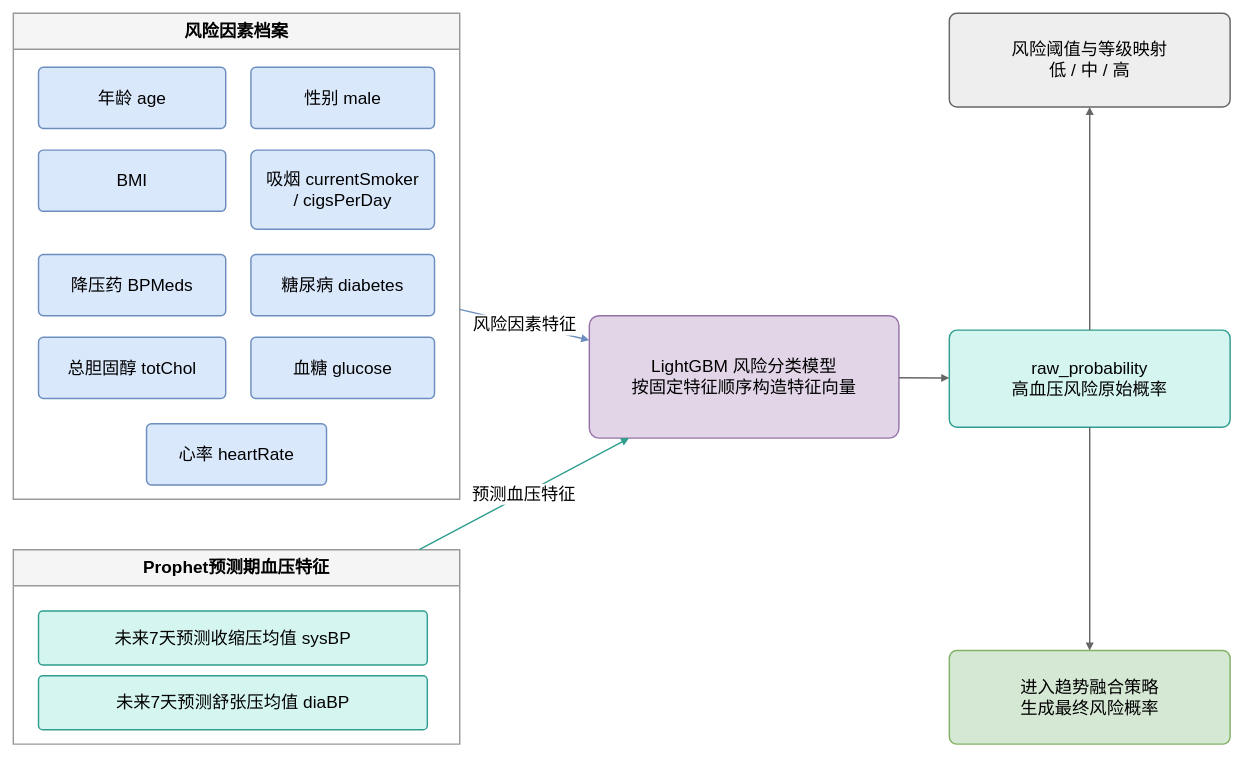
This is lunwen-doc/论文写作材料/thesis-assets/diagrams/figure-4-2-lightgbm-risk-io.drawio from dylancao9527/HPS, a draw.io file, before an edit. Source tidied: cells renumbered, new cells numbered last; positions are measured from the earlier drawing's top-left corner, leaving out a move shared by most shapes. Both pictures are drawn from the tidied source at 72%, with x=0, y=0 at pixel (13, 13).
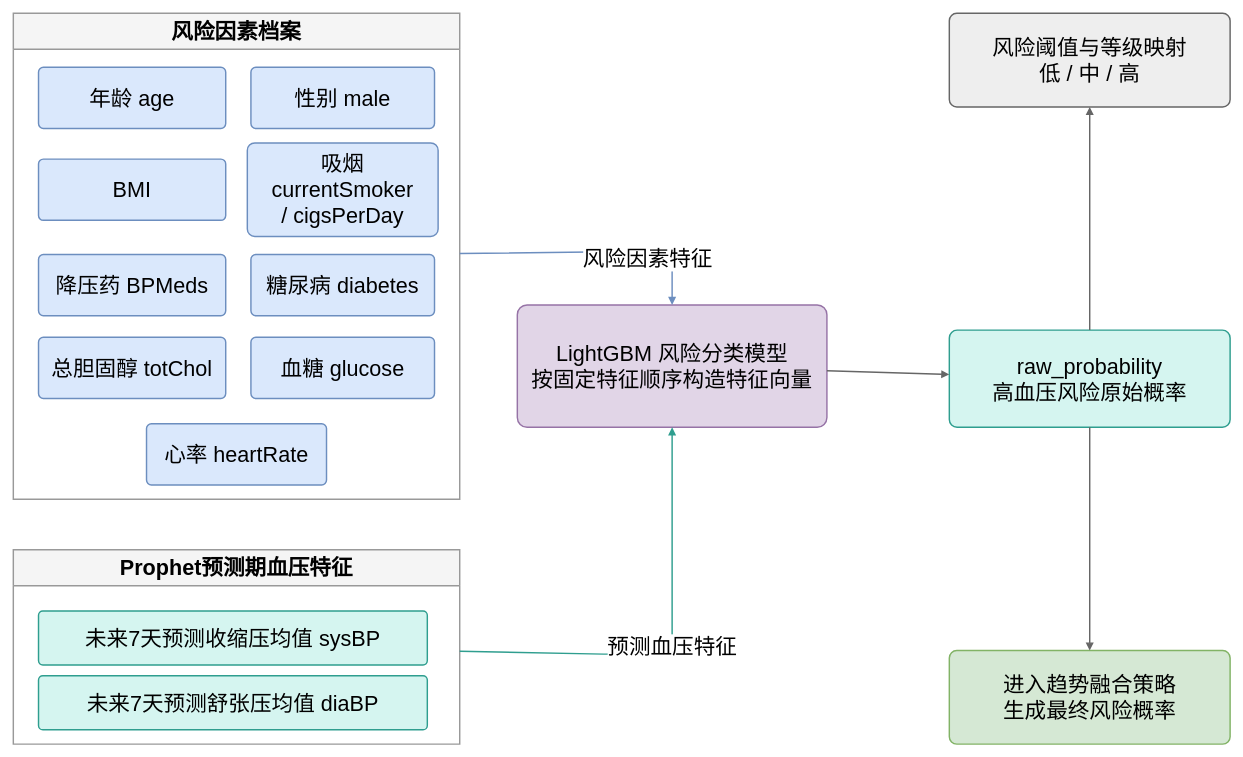
The same diagram, later.

Diff of the diagram source:
```diff
@@
-    <mxCell id="2" value="风险因素档案" style="swimlane;whiteSpace=wrap;html=1;fontFamily=Microsoft YaHei;fontSize=24;fontStyle=1;startSize=50;rounded=0;fillColor=#f5f5f5;strokeColor=#999999;strokeWidth=2;" parent="1" vertex="1">
+    <mxCell id="2" value="&lt;font&gt;风险因素档案&lt;/font&gt;" style="swimlane;whiteSpace=wrap;html=1;fontFamily=Microsoft YaHei;fontSize=30;fontStyle=1;startSize=50;rounded=0;fillColor=#f5f5f5;strokeColor=#999999;strokeWidth=2;" parent="1" vertex="1">
       <mxGeometry width="620" height="675" as="geometry" />
     </mxCell>
-    <mxCell id="3" value="年龄 age" style="rounded=1;arcSize=8;fillColor=#dae8fc;strokeColor=#6c8ebf;strokeWidth=2;whiteSpace=wrap;html=1;fontFamily=Microsoft YaHei;fontSize=24;align=center;verticalAlign=middle;spacing=12;spacingTop=8;spacingBottom=8;" parent="2" vertex="1">
+    <mxCell id="3" value="&lt;font&gt;年龄 age&lt;/font&gt;" style="rounded=1;arcSize=8;fillColor=#dae8fc;strokeColor=#6c8ebf;strokeWidth=2;whiteSpace=wrap;html=1;fontFamily=Microsoft YaHei;fontSize=30;align=center;verticalAlign=middle;spacing=12;spacingTop=8;spacingBottom=8;" parent="2" vertex="1">
       <mxGeometry x="35" y="75" width="260" height="85" as="geometry" />
     </mxCell>
-    <mxCell id="4" value="性别 male" style="rounded=1;arcSize=8;fillColor=#dae8fc;strokeColor=#6c8ebf;strokeWidth=2;whiteSpace=wrap;html=1;fontFamily=Microsoft YaHei;fontSize=24;align=center;verticalAlign=middle;spacing=12;spacingTop=8;spacingBottom=8;" parent="2" vertex="1">
+    <mxCell id="4" value="性别 male" style="rounded=1;arcSize=8;fillColor=#dae8fc;strokeColor=#6c8ebf;strokeWidth=2;whiteSpace=wrap;html=1;fontFamily=Microsoft YaHei;fontSize=30;align=center;verticalAlign=middle;spacing=12;spacingTop=8;spacingBottom=8;" parent="2" vertex="1">
       <mxGeometry x="330" y="75" width="255" height="85" as="geometry" />
     </mxCell>
-    <mxCell id="5" value="BMI" style="rounded=1;arcSize=8;fillColor=#dae8fc;strokeColor=#6c8ebf;strokeWidth=2;whiteSpace=wrap;html=1;fontFamily=Microsoft YaHei;fontSize=24;align=center;verticalAlign=middle;spacing=12;spacingTop=8;spacingBottom=8;" parent="2" vertex="1">
-      <mxGeometry x="35" y="190" width="260" height="85" as="geometry" />
+    <mxCell id="5" value="&lt;font&gt;BMI&lt;/font&gt;" style="rounded=1;arcSize=8;fillColor=#dae8fc;strokeColor=#6c8ebf;strokeWidth=2;whiteSpace=wrap;html=1;fontFamily=Microsoft YaHei;fontSize=30;align=center;verticalAlign=middle;spacing=12;spacingTop=8;spacingBottom=8;" parent="2" vertex="1">
+      <mxGeometry x="35" y="202.5" width="260" height="85" as="geometry" />
     </mxCell>
-    <mxCell id="6" value="吸烟 currentSmoker&#10;/ cigsPerDay" style="rounded=1;arcSize=8;fillColor=#dae8fc;strokeColor=#6c8ebf;strokeWidth=2;whiteSpace=wrap;html=1;fontFamily=Microsoft YaHei;fontSize=24;align=center;verticalAlign=middle;spacing=12;spacingTop=8;spacingBottom=8;" parent="2" vertex="1">
-      <mxGeometry x="330" y="190" width="255" height="110" as="geometry" />
+    <mxCell id="6" value="&lt;font&gt;吸烟 currentSmoker&lt;br&gt;/ cigsPerDay&lt;/font&gt;" style="rounded=1;arcSize=8;fillColor=#dae8fc;strokeColor=#6c8ebf;strokeWidth=2;whiteSpace=wrap;html=1;fontFamily=Microsoft YaHei;fontSize=30;align=center;verticalAlign=middle;spacing=12;spacingTop=8;spacingBottom=8;" parent="2" vertex="1">
+      <mxGeometry x="325" y="180" width="265" height="130" as="geometry" />
     </mxCell>
-    <mxCell id="7" value="降压药 BPMeds" style="rounded=1;arcSize=8;fillColor=#dae8fc;strokeColor=#6c8ebf;strokeWidth=2;whiteSpace=wrap;html=1;fontFamily=Microsoft YaHei;fontSize=24;align=center;verticalAlign=middle;spacing=12;spacingTop=8;spacingBottom=8;" parent="2" vertex="1">
+    <mxCell id="7" value="降压药 BPMeds" style="rounded=1;arcSize=8;fillColor=#dae8fc;strokeColor=#6c8ebf;strokeWidth=2;whiteSpace=wrap;html=1;fontFamily=Microsoft YaHei;fontSize=30;align=center;verticalAlign=middle;spacing=12;spacingTop=8;spacingBottom=8;" parent="2" vertex="1">
       <mxGeometry x="35" y="335" width="260" height="85" as="geometry" />
     </mxCell>
-    <mxCell id="8" value="糖尿病 diabetes" style="rounded=1;arcSize=8;fillColor=#dae8fc;strokeColor=#6c8ebf;strokeWidth=2;whiteSpace=wrap;html=1;fontFamily=Microsoft YaHei;fontSize=24;align=center;verticalAlign=middle;spacing=12;spacingTop=8;spacingBottom=8;" parent="2" vertex="1">
+    <mxCell id="8" value="糖尿病 diabetes" style="rounded=1;arcSize=8;fillColor=#dae8fc;strokeColor=#6c8ebf;strokeWidth=2;whiteSpace=wrap;html=1;fontFamily=Microsoft YaHei;fontSize=30;align=center;verticalAlign=middle;spacing=12;spacingTop=8;spacingBottom=8;" parent="2" vertex="1">
       <mxGeometry x="330" y="335" width="255" height="85" as="geometry" />
     </mxCell>
-    <mxCell id="9" value="总胆固醇 totChol" style="rounded=1;arcSize=8;fillColor=#dae8fc;strokeColor=#6c8ebf;strokeWidth=2;whiteSpace=wrap;html=1;fontFamily=Microsoft YaHei;fontSize=24;align=center;verticalAlign=middle;spacing=12;spacingTop=8;spacingBottom=8;" parent="2" vertex="1">
+    <mxCell id="9" value="总胆固醇 totChol" style="rounded=1;arcSize=8;fillColor=#dae8fc;strokeColor=#6c8ebf;strokeWidth=2;whiteSpace=wrap;html=1;fontFamily=Microsoft YaHei;fontSize=30;align=center;verticalAlign=middle;spacing=12;spacingTop=8;spacingBottom=8;" parent="2" vertex="1">
       <mxGeometry x="35" y="450" width="260" height="85" as="geometry" />
     </mxCell>
-    <mxCell id="10" value="血糖 glucose" style="rounded=1;arcSize=8;fillColor=#dae8fc;strokeColor=#6c8ebf;strokeWidth=2;whiteSpace=wrap;html=1;fontFamily=Microsoft YaHei;fontSize=24;align=center;verticalAlign=middle;spacing=12;spacingTop=8;spacingBottom=8;" parent="2" vertex="1">
+    <mxCell id="10" value="血糖 glucose" style="rounded=1;arcSize=8;fillColor=#dae8fc;strokeColor=#6c8ebf;strokeWidth=2;whiteSpace=wrap;html=1;fontFamily=Microsoft YaHei;fontSize=30;align=center;verticalAlign=middle;spacing=12;spacingTop=8;spacingBottom=8;" parent="2" vertex="1">
       <mxGeometry x="330" y="450" width="255" height="85" as="geometry" />
     </mxCell>
-    <mxCell id="11" value="心率 heartRate" style="rounded=1;arcSize=8;fillColor=#dae8fc;strokeColor=#6c8ebf;strokeWidth=2;whiteSpace=wrap;html=1;fontFamily=Microsoft YaHei;fontSize=24;align=center;verticalAlign=middle;spacing=12;spacingTop=8;spacingBottom=8;" parent="2" vertex="1">
+    <mxCell id="11" value="心率 heartRate" style="rounded=1;arcSize=8;fillColor=#dae8fc;strokeColor=#6c8ebf;strokeWidth=2;whiteSpace=wrap;html=1;fontFamily=Microsoft YaHei;fontSize=30;align=center;verticalAlign=middle;spacing=12;spacingTop=8;spacingBottom=8;" parent="2" vertex="1">
       <mxGeometry x="185" y="570" width="250" height="85" as="geometry" />
     </mxCell>
-    <mxCell id="12" value="Prophet预测期血压特征" style="swimlane;whiteSpace=wrap;html=1;fontFamily=Microsoft YaHei;fontSize=24;fontStyle=1;startSize=50;rounded=0;fillColor=#f5f5f5;strokeColor=#999999;strokeWidth=2;" parent="1" vertex="1">
+    <mxCell id="12" value="Prophet预测期血压特征" style="swimlane;whiteSpace=wrap;html=1;fontFamily=Microsoft YaHei;fontSize=30;fontStyle=1;startSize=50;rounded=0;fillColor=#f5f5f5;strokeColor=#999999;strokeWidth=2;" parent="1" vertex="1">
       <mxGeometry y="745" width="620" height="270" as="geometry" />
     </mxCell>
-    <mxCell id="13" value="未来7天预测收缩压均值 sysBP" style="rounded=1;arcSize=8;fillColor=#d5f5f0;strokeColor=#2f9e8f;strokeWidth=2;whiteSpace=wrap;html=1;fontFamily=Microsoft YaHei;fontSize=24;align=center;verticalAlign=middle;spacing=12;spacingTop=8;spacingBottom=8;" parent="12" vertex="1">
+    <mxCell id="13" value="未来7天预测收缩压均值 sysBP" style="rounded=1;arcSize=8;fillColor=#d5f5f0;strokeColor=#2f9e8f;strokeWidth=2;whiteSpace=wrap;html=1;fontFamily=Microsoft YaHei;fontSize=30;align=center;verticalAlign=middle;spacing=12;spacingTop=8;spacingBottom=8;" parent="12" vertex="1">
       <mxGeometry x="35" y="85" width="540" height="75" as="geometry" />
     </mxCell>
-    <mxCell id="14" value="未来7天预测舒张压均值 diaBP" style="rounded=1;arcSize=8;fillColor=#d5f5f0;strokeColor=#2f9e8f;strokeWidth=2;whiteSpace=wrap;html=1;fontFamily=Microsoft YaHei;fontSize=24;align=center;verticalAlign=middle;spacing=12;spacingTop=8;spacingBottom=8;" parent="12" vertex="1">
+    <mxCell id="14" value="未来7天预测舒张压均值 diaBP" style="rounded=1;arcSize=8;fillColor=#d5f5f0;strokeColor=#2f9e8f;strokeWidth=2;whiteSpace=wrap;html=1;fontFamily=Microsoft YaHei;fontSize=30;align=center;verticalAlign=middle;spacing=12;spacingTop=8;spacingBottom=8;" parent="12" vertex="1">
       <mxGeometry x="35" y="175" width="540" height="75" as="geometry" />
     </mxCell>
-    <mxCell id="15" value="LightGBM 风险分类模型&#10;按固定特征顺序构造特征向量" style="rounded=1;arcSize=8;fillColor=#e1d5e7;strokeColor=#9673a6;strokeWidth=2;whiteSpace=wrap;html=1;fontFamily=Microsoft YaHei;fontSize=24;align=center;verticalAlign=middle;spacing=12;spacingTop=8;spacingBottom=8;" parent="1" vertex="1">
-      <mxGeometry x="800" y="420" width="430" height="170" as="geometry" />
+    <mxCell id="15" value="LightGBM 风险分类模型&#10;按固定特征顺序构造特征向量" style="rounded=1;arcSize=8;fillColor=#e1d5e7;strokeColor=#9673a6;strokeWidth=2;whiteSpace=wrap;html=1;fontFamily=Microsoft YaHei;fontSize=30;align=center;verticalAlign=middle;spacing=12;spacingTop=8;spacingBottom=8;" parent="1" vertex="1">
+      <mxGeometry x="700" y="405" width="430" height="170" as="geometry" />
     </mxCell>
-    <mxCell id="16" value="raw_probability&#10;高血压风险原始概率" style="rounded=1;arcSize=8;fillColor=#d5f5f0;strokeColor=#2f9e8f;strokeWidth=2;whiteSpace=wrap;html=1;fontFamily=Microsoft YaHei;fontSize=24;align=center;verticalAlign=middle;spacing=12;spacingTop=8;spacingBottom=8;" parent="1" vertex="1">
+    <mxCell id="16" value="raw_probability&#10;高血压风险原始概率" style="rounded=1;arcSize=8;fillColor=#d5f5f0;strokeColor=#2f9e8f;strokeWidth=2;whiteSpace=wrap;html=1;fontFamily=Microsoft YaHei;fontSize=30;align=center;verticalAlign=middle;spacing=12;spacingTop=8;spacingBottom=8;" parent="1" vertex="1">
       <mxGeometry x="1300" y="440" width="390" height="135" as="geometry" />
     </mxCell>
-    <mxCell id="17" value="风险阈值与等级映射&#10;低 / 中 / 高" style="rounded=1;arcSize=8;fillColor=#eeeeee;strokeColor=#666666;strokeWidth=2;whiteSpace=wrap;html=1;fontFamily=Microsoft YaHei;fontSize=24;align=center;verticalAlign=middle;spacing=12;spacingTop=8;spacingBottom=8;" parent="1" vertex="1">
+    <mxCell id="17" value="风险阈值与等级映射&#10;低 / 中 / 高" style="rounded=1;arcSize=8;fillColor=#eeeeee;strokeColor=#666666;strokeWidth=2;whiteSpace=wrap;html=1;fontFamily=Microsoft YaHei;fontSize=30;align=center;verticalAlign=middle;spacing=12;spacingTop=8;spacingBottom=8;" parent="1" vertex="1">
       <mxGeometry x="1300" width="390" height="130" as="geometry" />
     </mxCell>
-    <mxCell id="18" value="进入趋势融合策略&#10;生成最终风险概率" style="rounded=1;arcSize=8;fillColor=#d5e8d4;strokeColor=#82b366;strokeWidth=2;whiteSpace=wrap;html=1;fontFamily=Microsoft YaHei;fontSize=24;align=center;verticalAlign=middle;spacing=12;spacingTop=8;spacingBottom=8;" parent="1" vertex="1">
+    <mxCell id="18" value="进入趋势融合策略&#10;生成最终风险概率" style="rounded=1;arcSize=8;fillColor=#d5e8d4;strokeColor=#82b366;strokeWidth=2;whiteSpace=wrap;html=1;fontFamily=Microsoft YaHei;fontSize=30;align=center;verticalAlign=middle;spacing=12;spacingTop=8;spacingBottom=8;" parent="1" vertex="1">
       <mxGeometry x="1300" y="885" width="390" height="130" as="geometry" />
     </mxCell>
-    <mxCell id="19" value="风险因素特征" style="endArrow=block;html=1;rounded=0;strokeWidth=2;strokeColor=#6c8ebf;fontFamily=Microsoft YaHei;fontSize=24;labelBackgroundColor=#ffffff;" parent="1" edge="1" source="2" target="15">
-      <mxGeometry relative="1" as="geometry" />
+    <mxCell id="19" value="风险因素特征" style="endArrow=block;html=1;rounded=0;strokeWidth=2;strokeColor=#6c8ebf;fontFamily=Microsoft YaHei;fontSize=30;labelBackgroundColor=#ffffff;" parent="1" edge="1" source="2" target="15">
+      <mxGeometry x="0.41" y="-10" relative="1" as="geometry">
+        <Array as="points">
+          <mxPoint x="915" y="330" />
+        </Array>
+      </mxGeometry>
     </mxCell>
-    <mxCell id="20" value="预测血压特征" style="endArrow=block;html=1;rounded=0;strokeWidth=2;strokeColor=#2f9e8f;fontFamily=Microsoft YaHei;fontSize=24;labelBackgroundColor=#ffffff;" parent="1" edge="1" source="12" target="15">
-      <mxGeometry relative="1" as="geometry" />
+    <mxCell id="20" value="预测血压特征" style="endArrow=block;html=1;rounded=0;strokeWidth=2;strokeColor=#2f9e8f;fontFamily=Microsoft YaHei;fontSize=30;labelBackgroundColor=#ffffff;" parent="1" edge="1" source="12" target="15">
+      <mxGeometry relative="1" as="geometry">
+        <Array as="points">
+          <mxPoint x="820" y="890" />
+          <mxPoint x="915" y="890" />
+          <mxPoint x="915" y="730" />
+        </Array>
+      </mxGeometry>
     </mxCell>
-    <mxCell id="21" style="endArrow=block;html=1;rounded=0;strokeWidth=2;strokeColor=#666666;fontFamily=Microsoft YaHei;fontSize=24;labelBackgroundColor=#ffffff;" parent="1" edge="1" source="15" target="16">
+    <mxCell id="21" style="endArrow=block;html=1;rounded=0;strokeWidth=2;strokeColor=#666666;fontFamily=Microsoft YaHei;fontSize=30;labelBackgroundColor=#ffffff;" parent="1" edge="1" source="15" target="16">
       <mxGeometry relative="1" as="geometry" />
     </mxCell>
-    <mxCell id="22" style="endArrow=block;html=1;rounded=0;strokeWidth=2;strokeColor=#666666;fontFamily=Microsoft YaHei;fontSize=24;labelBackgroundColor=#ffffff;" parent="1" edge="1" source="16" target="17">
+    <mxCell id="22" style="endArrow=block;html=1;rounded=0;strokeWidth=2;strokeColor=#666666;fontFamily=Microsoft YaHei;fontSize=30;labelBackgroundColor=#ffffff;" parent="1" edge="1" source="16" target="17">
       <mxGeometry relative="1" as="geometry" />
     </mxCell>
-    <mxCell id="23" style="endArrow=block;html=1;rounded=0;strokeWidth=2;strokeColor=#666666;fontFamily=Microsoft YaHei;fontSize=24;labelBackgroundColor=#ffffff;" parent="1" edge="1" source="16" target="18">
+    <mxCell id="23" style="endArrow=block;html=1;rounded=0;strokeWidth=2;strokeColor=#666666;fontFamily=Microsoft YaHei;fontSize=30;labelBackgroundColor=#ffffff;" parent="1" edge="1" source="16" target="18">
       <mxGeometry relative="1" as="geometry" />
     </mxCell>
```
